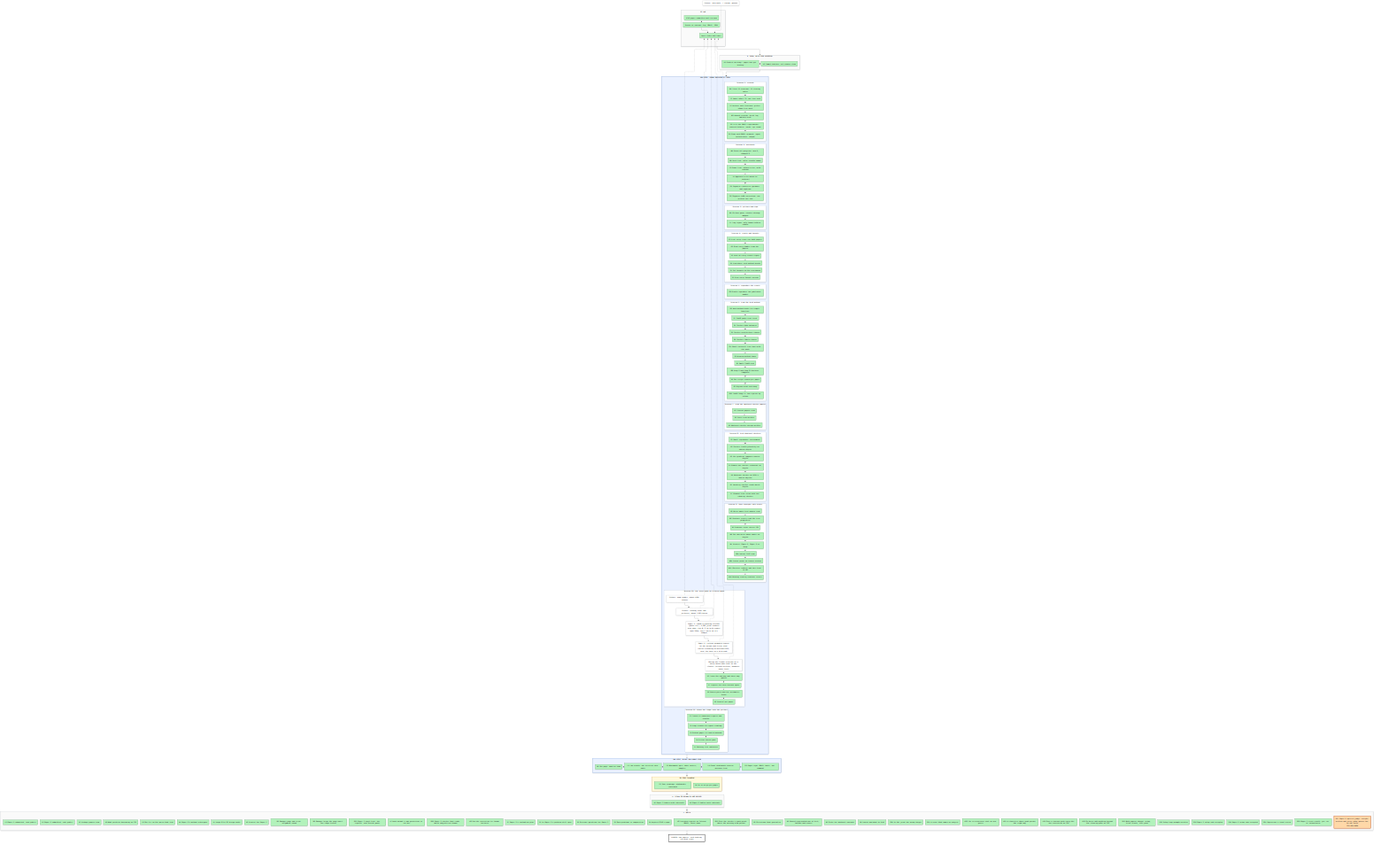
The Mermaid diagram artifacts/notes/progress/map.png in mo-rsa24/concept-composition, before a commit. Its source is kept beside it as artifacts/notes/progress/map.mmd.
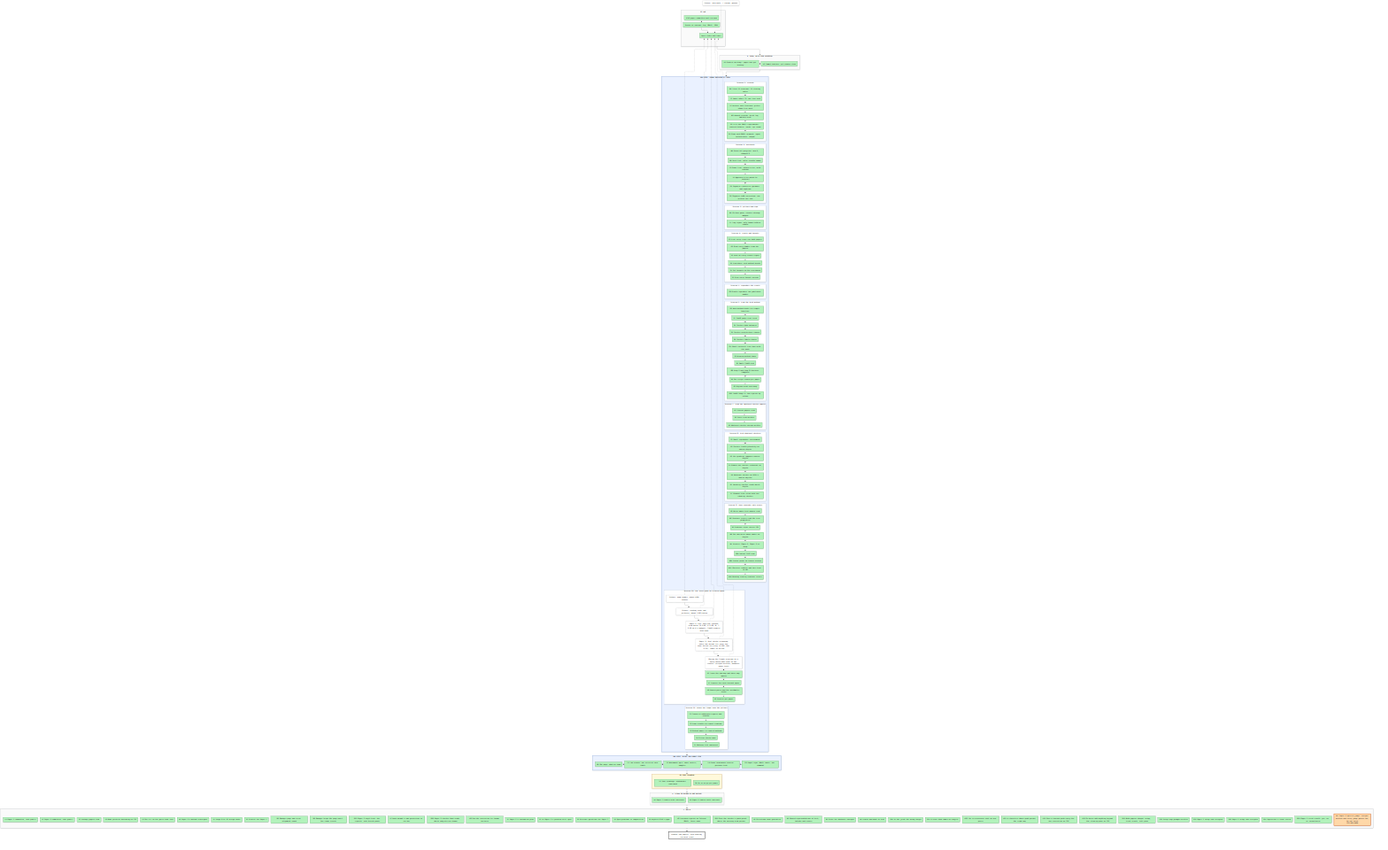
After the change.

Diff of the diagram source:
```diff
@@ -80,8 +80,8 @@
   X0["Detour: idea walk, 7 claims, paused"]:::detour -.-> P2
   X1["Detour: zoom-ladder, about 430k tokens"]:::detour -.-> P2
   X2["Detour: reading route and pictures, about 1.8M tokens"]:::detour -.-> P2
-  X3["Paper 1: CLEVR A touching 376/626 (paste 517); 3,000 joint renders near done; toy B, D on held render-node GPUs; toy C fails at A's budget"]:::detour -.-> P2
-  X4["Paper 2: rollout mismatch traced to the decode and fixed; dial checks rerunning on mscluster110; mini toy base on a held node"]:::detour -.-> P2
+  X3["Paper 1: toy: only the learned term works (A 0.89, D 0.89; B, C 0.00 at A's budget); CLEVR renders near done"]:::detour -.-> P2
+  X4["Paper 2: dial checks rerunning after the decode fix; mini toy base failed its retry (0.919, bar 0.95), owner to decide"]:::detour -.-> P2
   X5["Moving the Claude sessions to a daily batch-node host on the cluster (scripts written, handover under test)"]:::detour -.-> P2
   L1 ~~~ L2 ~~~ L3 ~~~ L4 ~~~ L5 ~~~ L6 ~~~ L7 ~~~ L8 ~~~ L9 ~~~ L10 ~~~ L11
   S0 --> SA --> LOOP --> JOIN --> CAL --> SE --> SF --> GOAL
```
